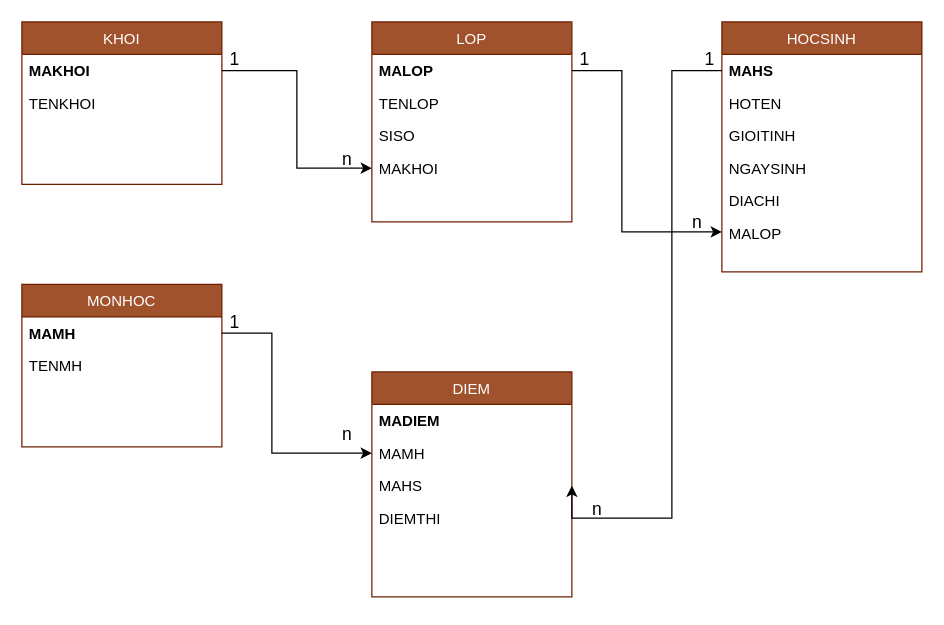
This is logic.drawio from thaodtt09/test, a draw.io file, before an edit. Source tidied: cells renumbered, new cells numbered last; positions are measured from the earlier drawing's top-left corner, leaving out a move shared by most shapes. Both pictures are drawn from the tidied source at 125%, with x=0, y=0 at pixel (21, 21).
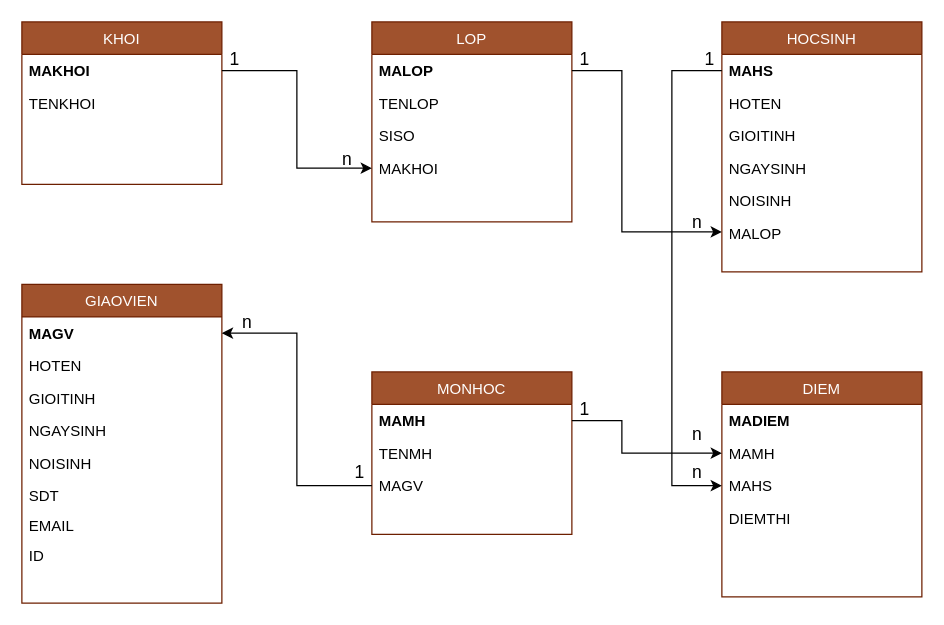
The same page after the edit.

The change refers to these unchanged cells:
```xml
<mxCell id="2" value="HOCSINH" style="swimlane;fontStyle=0;align=center;verticalAlign=top;horizontal=1;startSize=26;rounded=0;shadow=0;strokeWidth=1;fillColor=#a0522d;strokeColor=#6D1F00;fontColor=#ffffff;" parent="1" vertex="1">
  <mxGeometry x="560" width="160" height="200" as="geometry" />
</mxCell>
<mxCell id="3" value="MAHS" style="text;align=left;verticalAlign=top;spacingLeft=4;spacingRight=4;overflow=hidden;points=[[0,0.5],[1,0.5]];portConstraint=eastwest;fontStyle=1;" parent="2" vertex="1">
  <mxGeometry y="26" width="160" height="26" as="geometry" />
</mxCell>
<mxCell id="11" value="MAMH" style="text;align=left;verticalAlign=top;spacingLeft=4;spacingRight=4;overflow=hidden;points=[[0,0.5],[1,0.5]];portConstraint=eastwest;rounded=0;shadow=0;html=0;" parent="9" vertex="1">
  <mxGeometry y="52" width="160" height="26" as="geometry" />
</mxCell>
<mxCell id="12" value="MAHS" style="text;align=left;verticalAlign=top;spacingLeft=4;spacingRight=4;overflow=hidden;points=[[0,0.5],[1,0.5]];portConstraint=eastwest;rounded=0;shadow=0;html=0;" parent="9" vertex="1">
  <mxGeometry y="78" width="160" height="26" as="geometry" />
</mxCell>
<mxCell id="23" value="MAMH" style="text;align=left;verticalAlign=top;spacingLeft=4;spacingRight=4;overflow=hidden;points=[[0,0.5],[1,0.5]];portConstraint=eastwest;fontStyle=1;" parent="22" vertex="1">
  <mxGeometry y="26" width="160" height="26" as="geometry" />
</mxCell>
```

What changed in the source:
```diff
@@
-    <mxCell id="7" value="DIACHI" style="text;align=left;verticalAlign=top;spacingLeft=4;spacingRight=4;overflow=hidden;rounded=0;shadow=0;html=0;" parent="2" vertex="1">
+    <mxCell id="7" value="NOISINH" style="text;align=left;verticalAlign=top;spacingLeft=4;spacingRight=4;overflow=hidden;rounded=0;shadow=0;html=0;" parent="2" vertex="1">
       <mxGeometry y="130" width="160" height="26" as="geometry" />
     </mxCell>
@@
     <mxCell id="9" value="DIEM" style="swimlane;fontStyle=0;align=center;verticalAlign=top;horizontal=1;startSize=26;rounded=0;shadow=0;strokeWidth=1;fillColor=#a0522d;strokeColor=#6D1F00;fontColor=#ffffff;" parent="1" vertex="1">
-      <mxGeometry x="280" y="280" width="160" height="180" as="geometry" />
+      <mxGeometry x="560" y="280" width="160" height="180" as="geometry" />
     </mxCell>
@@
     <mxCell id="22" value="MONHOC" style="swimlane;fontStyle=0;align=center;verticalAlign=top;horizontal=1;startSize=26;rounded=0;shadow=0;strokeWidth=1;fillColor=#a0522d;strokeColor=#6D1F00;fontColor=#ffffff;" parent="1" vertex="1">
-      <mxGeometry y="210" width="160" height="130" as="geometry" />
+      <mxGeometry x="280" y="280" width="160" height="130" as="geometry" />
     </mxCell>
@@
+    <mxCell id="37" value="MAGV&#10;" style="text;align=left;verticalAlign=top;spacingLeft=4;spacingRight=4;overflow=hidden;points=[[0,0.5],[1,0.5]];portConstraint=eastwest;rounded=0;shadow=0;html=0;" parent="22" vertex="1">
+      <mxGeometry y="78" width="160" height="26" as="geometry" />
+    </mxCell>
@@
     <mxCell id="32" value="1" style="text;html=1;align=center;verticalAlign=middle;strokeColor=none;fontSize=14;" parent="1" vertex="1">
-      <mxGeometry x="160" y="230" width="20" height="20" as="geometry" />
+      <mxGeometry x="440" y="300" width="20" height="20" as="geometry" />
     </mxCell>
     <mxCell id="33" value="n" style="text;html=1;align=center;verticalAlign=middle;strokeColor=none;strokeWidth=1;fontSize=14;" parent="1" vertex="1">
-      <mxGeometry x="250" y="320" width="20" height="20" as="geometry" />
+      <mxGeometry x="530" y="320" width="20" height="20" as="geometry" />
     </mxCell>
     <mxCell id="34" value="n" style="text;html=1;align=center;verticalAlign=middle;strokeColor=none;strokeWidth=1;fontSize=14;" parent="1" vertex="1">
-      <mxGeometry x="450" y="380" width="20" height="20" as="geometry" />
+      <mxGeometry x="530" y="350" width="20" height="20" as="geometry" />
     </mxCell>
+    <mxCell id="36" style="edgeStyle=orthogonalEdgeStyle;rounded=0;jettySize=auto;html=1;exitX=1;exitY=0.5;exitDx=0;exitDy=0;entryX=0;entryY=0.5;entryDx=0;entryDy=0;" parent="1" edge="1" source="23" target="11">
+      <mxGeometry relative="1" as="geometry">
+        <Array as="points">
+          <mxPoint x="480" y="319" />
+          <mxPoint x="480" y="345" />
+        </Array>
+      </mxGeometry>
+    </mxCell>
-    <mxCell id="35" style="edgeStyle=orthogonalEdgeStyle;rounded=0;jettySize=auto;html=1;exitX=0;exitY=0.5;exitDx=0;exitDy=0;entryX=1;entryY=0.5;entryDx=0;entryDy=0;fontSize=14;spacing=2;" parent="1" edge="1" source="3" target="12">
+    <mxCell id="35" style="edgeStyle=orthogonalEdgeStyle;rounded=0;jettySize=auto;html=1;exitX=0;exitY=0.5;exitDx=0;exitDy=0;entryX=0;entryY=0.5;entryDx=0;entryDy=0;" parent="1" edge="1" source="3" target="12">
       <mxGeometry relative="1" as="geometry">
         <Array as="points">
           <mxPoint x="520" y="39" />
-          <mxPoint x="520" y="397" />
+          <mxPoint x="520" y="371" />
         </Array>
       </mxGeometry>
     </mxCell>
-    <mxCell id="36" style="edgeStyle=orthogonalEdgeStyle;rounded=0;jettySize=auto;html=1;exitX=1;exitY=0.5;exitDx=0;exitDy=0;entryX=0;entryY=0.5;entryDx=0;entryDy=0;" parent="1" edge="1" source="23" target="11">
-      <mxGeometry relative="1" as="geometry">
-        <Array as="points">
-          <mxPoint x="200" y="249" />
-          <mxPoint x="200" y="345" />
-        </Array>
-      </mxGeometry>
-    </mxCell>
+    <mxCell id="38" value="GIAOVIEN&#10;" style="swimlane;fontStyle=0;align=center;verticalAlign=top;horizontal=1;startSize=26;rounded=0;shadow=0;strokeWidth=1;fillColor=#a0522d;strokeColor=#6D1F00;fontColor=#ffffff;" parent="1" vertex="1">
+      <mxGeometry y="210" width="160" height="255" as="geometry" />
+    </mxCell>
+    <mxCell id="39" value="MAGV" style="text;align=left;verticalAlign=top;spacingLeft=4;spacingRight=4;overflow=hidden;points=[[0,0.5],[1,0.5]];portConstraint=eastwest;fontStyle=1;" parent="38" vertex="1">
+      <mxGeometry y="26" width="160" height="26" as="geometry" />
+    </mxCell>
+    <mxCell id="40" value="HOTEN&#10;" style="text;align=left;verticalAlign=top;spacingLeft=4;spacingRight=4;overflow=hidden;rounded=0;shadow=0;html=0;" parent="38" vertex="1">
+      <mxGeometry y="52" width="160" height="26" as="geometry" />
+    </mxCell>
+    <mxCell id="41" value="GIOITINH" style="text;align=left;verticalAlign=top;spacingLeft=4;spacingRight=4;overflow=hidden;rounded=0;shadow=0;html=0;" parent="38" vertex="1">
+      <mxGeometry y="78" width="160" height="26" as="geometry" />
+    </mxCell>
+    <mxCell id="42" value="NGAYSINH" style="text;align=left;verticalAlign=top;spacingLeft=4;spacingRight=4;overflow=hidden;rounded=0;shadow=0;html=0;" parent="38" vertex="1">
+      <mxGeometry y="104" width="160" height="26" as="geometry" />
+    </mxCell>
+    <mxCell id="43" value="NOISINH" style="text;align=left;verticalAlign=top;spacingLeft=4;spacingRight=4;overflow=hidden;rounded=0;shadow=0;html=0;" parent="38" vertex="1">
+      <mxGeometry y="130" width="160" height="26" as="geometry" />
+    </mxCell>
+    <mxCell id="44" value="SDT" style="text;align=left;verticalAlign=top;spacingLeft=4;spacingRight=4;overflow=hidden;rounded=0;shadow=0;html=0;" parent="38" vertex="1">
+      <mxGeometry y="156" width="160" height="24" as="geometry" />
+    </mxCell>
+    <mxCell id="45" value="EMAIL" style="text;align=left;verticalAlign=top;spacingLeft=4;spacingRight=4;overflow=hidden;rounded=0;shadow=0;html=0;" parent="38" vertex="1">
+      <mxGeometry y="180" width="160" height="24" as="geometry" />
+    </mxCell>
+    <mxCell id="46" value="ID" style="text;align=left;verticalAlign=top;spacingLeft=4;spacingRight=4;overflow=hidden;rounded=0;shadow=0;html=0;" parent="38" vertex="1">
+      <mxGeometry y="204" width="160" height="24" as="geometry" />
+    </mxCell>
+    <mxCell id="47" style="edgeStyle=orthogonalEdgeStyle;rounded=0;jettySize=auto;html=1;exitX=0;exitY=0.5;exitDx=0;exitDy=0;entryX=1;entryY=0.5;entryDx=0;entryDy=0;" parent="1" edge="1" source="37" target="39">
+      <mxGeometry relative="1" as="geometry" />
+    </mxCell>
+    <mxCell id="48" value="1" style="text;html=1;align=center;verticalAlign=middle;strokeColor=none;fontSize=14;" parent="1" vertex="1">
+      <mxGeometry x="260" y="350" width="20" height="20" as="geometry" />
+    </mxCell>
+    <mxCell id="49" value="n" style="text;html=1;align=center;verticalAlign=middle;strokeColor=none;strokeWidth=1;fontSize=14;" parent="1" vertex="1">
+      <mxGeometry x="170" y="230" width="20" height="20" as="geometry" />
+    </mxCell>
```
